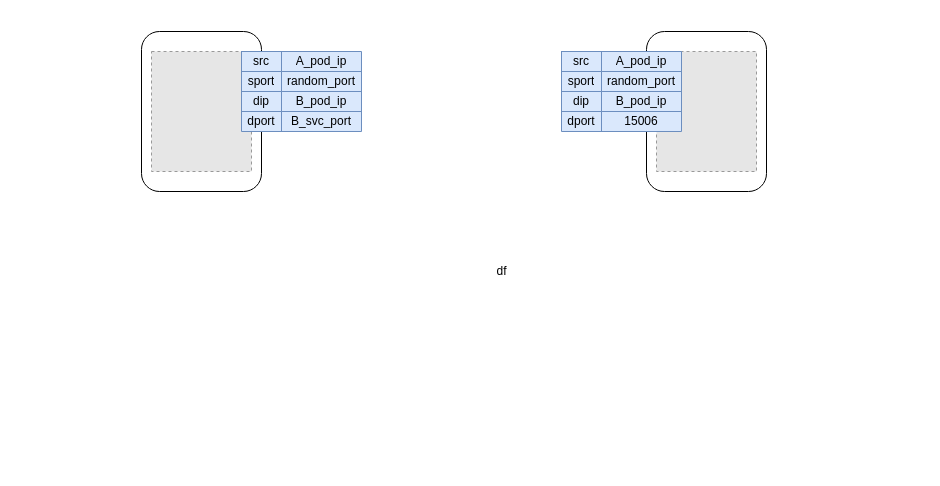
The draw.io diagram Envoy_to_envoy_accelerat.drawio in xu1zhou/Documents, before the edit. Source tidied: cells renumbered, new cells numbered last; positions are measured from the earlier drawing's top-left corner, leaving out a move shared by most shapes. Both pictures are drawn from the tidied source at 100%, with x=0, y=0 at pixel (141, 31). Pictures stored in the file or linked from it are replaced by grey dashed boxes.
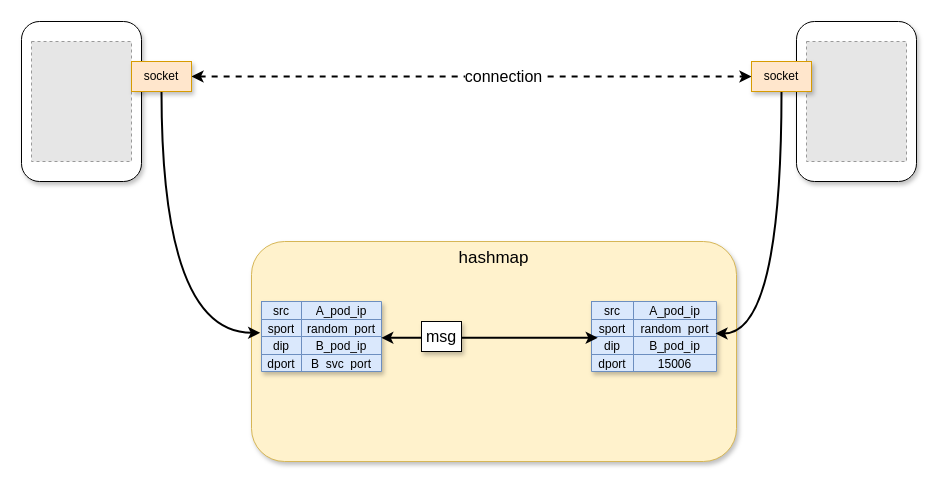
The same diagram, later.

What changed in the source:
```diff
@@
-    <mxCell id="2" style="rounded=1;whiteSpace=wrap;html=1;" parent="1" vertex="1">
-      <mxGeometry width="120" height="160" as="geometry" />
+    <mxCell id="2" style="rounded=1;whiteSpace=wrap;html=1;shadow=1;" parent="1" vertex="1">
+      <mxGeometry x="-120" y="-10" width="120" height="160" as="geometry" />
     </mxCell>
     <mxCell id="3" style="fillColor=#E6E6E6;strokeColor=#999999;dashed=1;verticalLabelPosition=bottom;labelBackgroundColor=#ffffff;verticalAlign=top;" parent="1" vertex="1">
-      <mxGeometry x="10" y="20" width="100" height="120" as="geometry" />
+      <mxGeometry x="-110" y="10" width="100" height="120" as="geometry" />
     </mxCell>
-    <mxCell id="4" style="rounded=1;whiteSpace=wrap;html=1;" parent="1" vertex="1">
-      <mxGeometry x="505" width="120" height="160" as="geometry" />
+    <mxCell id="4" style="rounded=1;whiteSpace=wrap;html=1;shadow=1;" parent="1" vertex="1">
+      <mxGeometry x="655" y="-10" width="120" height="160" as="geometry" />
     </mxCell>
     <mxCell id="5" style="fillColor=#E6E6E6;strokeColor=#999999;dashed=1;verticalLabelPosition=bottom;labelBackgroundColor=#ffffff;verticalAlign=top;" parent="1" vertex="1">
-      <mxGeometry x="515" y="20" width="100" height="120" as="geometry" />
+      <mxGeometry x="665" y="10" width="100" height="120" as="geometry" />
     </mxCell>
+    <mxCell id="33" value="&lt;font style=&quot;font-size: 17px&quot;&gt;hashmap&lt;/font&gt;" style="rounded=1;whiteSpace=wrap;html=1;align=center;shadow=1;verticalAlign=top;fillColor=#fff2cc;strokeColor=#d6b656;" parent="1" vertex="1">
+      <mxGeometry x="110" y="210" width="485" height="220" as="geometry" />
+    </mxCell>
-    <mxCell id="6" style="shape=table;html=1;whiteSpace=wrap;startSize=0;childLayout=tableLayout;fillColor=#dae8fc;strokeColor=#6c8ebf;" parent="1" vertex="1">
-      <mxGeometry x="100" y="20" width="120" height="80" as="geometry" />
+    <mxCell id="6" style="shape=table;html=1;whiteSpace=wrap;startSize=0;childLayout=tableLayout;fillColor=#dae8fc;strokeColor=#6c8ebf;shadow=1;" parent="1" vertex="1">
+      <mxGeometry x="120" y="270" width="120" height="70" as="geometry" />
     </mxCell>
     <mxCell id="7" style="shape=partialRectangle;html=1;whiteSpace=wrap;fillColor=none;top=0;left=0;bottom=0;right=0;" parent="6" vertex="1">
-      <mxGeometry width="120" height="20" as="geometry" />
+      <mxGeometry width="120" height="18" as="geometry" />
     </mxCell>
     <mxCell id="8" value="src" style="shape=partialRectangle;html=1;whiteSpace=wrap;overflow=hidden;fillColor=none;top=0;left=0;bottom=0;right=0;align=center;" parent="7" vertex="1">
-      <mxGeometry width="40" height="20" as="geometry" />
+      <mxGeometry width="40" height="18" as="geometry" />
     </mxCell>
     <mxCell id="9" value="A_pod_ip" style="shape=partialRectangle;html=1;whiteSpace=wrap;overflow=hidden;fillColor=none;top=0;left=0;bottom=0;right=0;" parent="7" vertex="1">
-      <mxGeometry x="40" width="80" height="20" as="geometry" />
+      <mxGeometry x="40" width="80" height="18" as="geometry" />
     </mxCell>
     <mxCell id="10" style="shape=partialRectangle;html=1;whiteSpace=wrap;fillColor=none;top=0;left=0;bottom=0;right=0;" parent="6" vertex="1">
-      <mxGeometry y="20" width="120" height="20" as="geometry" />
+      <mxGeometry y="18" width="120" height="17" as="geometry" />
     </mxCell>
     <mxCell id="11" value="sport" style="shape=partialRectangle;html=1;whiteSpace=wrap;overflow=hidden;fillColor=none;top=0;left=0;bottom=0;right=0;align=center;" parent="10" vertex="1">
-      <mxGeometry width="40" height="20" as="geometry" />
+      <mxGeometry width="40" height="17" as="geometry" />
     </mxCell>
     <mxCell id="12" value="random_port" style="shape=partialRectangle;html=1;whiteSpace=wrap;overflow=hidden;fillColor=none;top=0;left=0;bottom=0;right=0;" parent="10" vertex="1">
-      <mxGeometry x="40" width="80" height="20" as="geometry" />
+      <mxGeometry x="40" width="80" height="17" as="geometry" />
     </mxCell>
     <mxCell id="13" style="shape=partialRectangle;html=1;whiteSpace=wrap;fillColor=none;top=0;left=0;bottom=0;right=0;points=[[0,0.5],[1,0.5]];portConstraint=eastwest;" parent="6" vertex="1">
-      <mxGeometry y="40" width="120" height="20" as="geometry" />
+      <mxGeometry y="35" width="120" height="18" as="geometry" />
     </mxCell>
     <mxCell id="14" value="dip" style="shape=partialRectangle;html=1;whiteSpace=wrap;overflow=hidden;fillColor=none;top=0;left=0;bottom=0;right=0;align=center;" parent="13" vertex="1">
-      <mxGeometry width="40" height="20" as="geometry" />
+      <mxGeometry width="40" height="18" as="geometry" />
     </mxCell>
     <mxCell id="15" value="B_pod_ip" style="shape=partialRectangle;html=1;whiteSpace=wrap;overflow=hidden;fillColor=none;top=0;left=0;bottom=0;right=0;" parent="13" vertex="1">
-      <mxGeometry x="40" width="80" height="20" as="geometry" />
+      <mxGeometry x="40" width="80" height="18" as="geometry" />
     </mxCell>
     <mxCell id="16" style="shape=partialRectangle;html=1;whiteSpace=wrap;fillColor=none;top=0;left=0;bottom=0;right=0;" parent="6" vertex="1">
-      <mxGeometry y="60" width="120" height="20" as="geometry" />
+      <mxGeometry y="53" width="120" height="17" as="geometry" />
     </mxCell>
     <mxCell id="17" value="dport" style="shape=partialRectangle;html=1;whiteSpace=wrap;overflow=hidden;fillColor=none;top=0;left=0;bottom=0;right=0;align=center;" parent="16" vertex="1">
-      <mxGeometry width="40" height="20" as="geometry" />
+      <mxGeometry width="40" height="17" as="geometry" />
     </mxCell>
     <mxCell id="18" value="B_svc_port" style="shape=partialRectangle;html=1;whiteSpace=wrap;overflow=hidden;fillColor=none;top=0;left=0;bottom=0;right=0;" parent="16" vertex="1">
-      <mxGeometry x="40" width="80" height="20" as="geometry" />
+      <mxGeometry x="40" width="80" height="17" as="geometry" />
     </mxCell>
-    <mxCell id="19" value="df" style="text;html=1;align=center;verticalAlign=middle;" parent="1" vertex="1">
-      <mxGeometry x="345" y="230" width="30" height="20" as="geometry" />
-    </mxCell>
-    <mxCell id="20" style="shape=table;html=1;whiteSpace=wrap;startSize=0;childLayout=tableLayout;fillColor=#dae8fc;strokeColor=#6c8ebf;" parent="1" vertex="1">
-      <mxGeometry x="420" y="20" width="120" height="80" as="geometry" />
+    <mxCell id="20" style="shape=table;html=1;whiteSpace=wrap;startSize=0;childLayout=tableLayout;fillColor=#dae8fc;strokeColor=#6c8ebf;shadow=1;" parent="1" vertex="1">
+      <mxGeometry x="450" y="270" width="125" height="70" as="geometry" />
     </mxCell>
     <mxCell id="21" style="shape=partialRectangle;html=1;whiteSpace=wrap;fillColor=none;top=0;left=0;bottom=0;right=0;" parent="20" vertex="1">
-      <mxGeometry width="120" height="20" as="geometry" />
+      <mxGeometry width="125" height="18" as="geometry" />
     </mxCell>
     <mxCell id="22" value="src" style="shape=partialRectangle;html=1;whiteSpace=wrap;overflow=hidden;fillColor=none;top=0;left=0;bottom=0;right=0;align=center;" parent="21" vertex="1">
-      <mxGeometry width="40" height="20" as="geometry" />
+      <mxGeometry width="42" height="18" as="geometry" />
     </mxCell>
     <mxCell id="23" value="A_pod_ip" style="shape=partialRectangle;html=1;whiteSpace=wrap;overflow=hidden;fillColor=none;top=0;left=0;bottom=0;right=0;" parent="21" vertex="1">
-      <mxGeometry x="40" width="80" height="20" as="geometry" />
+      <mxGeometry x="42" width="83" height="18" as="geometry" />
     </mxCell>
     <mxCell id="24" style="shape=partialRectangle;html=1;whiteSpace=wrap;fillColor=none;top=0;left=0;bottom=0;right=0;" parent="20" vertex="1">
-      <mxGeometry y="20" width="120" height="20" as="geometry" />
+      <mxGeometry y="18" width="125" height="17" as="geometry" />
     </mxCell>
     <mxCell id="25" value="sport" style="shape=partialRectangle;html=1;whiteSpace=wrap;overflow=hidden;fillColor=none;top=0;left=0;bottom=0;right=0;align=center;" parent="24" vertex="1">
-      <mxGeometry width="40" height="20" as="geometry" />
+      <mxGeometry width="42" height="17" as="geometry" />
     </mxCell>
     <mxCell id="26" value="random_port" style="shape=partialRectangle;html=1;whiteSpace=wrap;overflow=hidden;fillColor=none;top=0;left=0;bottom=0;right=0;" parent="24" vertex="1">
-      <mxGeometry x="40" width="80" height="20" as="geometry" />
+      <mxGeometry x="42" width="83" height="17" as="geometry" />
     </mxCell>
     <mxCell id="27" style="shape=partialRectangle;html=1;whiteSpace=wrap;fillColor=none;top=0;left=0;bottom=0;right=0;points=[[0,0.5],[1,0.5]];portConstraint=eastwest;" parent="20" vertex="1">
-      <mxGeometry y="40" width="120" height="20" as="geometry" />
+      <mxGeometry y="35" width="125" height="18" as="geometry" />
     </mxCell>
     <mxCell id="28" value="dip" style="shape=partialRectangle;html=1;whiteSpace=wrap;overflow=hidden;fillColor=none;top=0;left=0;bottom=0;right=0;align=center;" parent="27" vertex="1">
-      <mxGeometry width="40" height="20" as="geometry" />
+      <mxGeometry width="42" height="18" as="geometry" />
     </mxCell>
     <mxCell id="29" value="B_pod_ip" style="shape=partialRectangle;html=1;whiteSpace=wrap;overflow=hidden;fillColor=none;top=0;left=0;bottom=0;right=0;" parent="27" vertex="1">
-      <mxGeometry x="40" width="80" height="20" as="geometry" />
+      <mxGeometry x="42" width="83" height="18" as="geometry" />
     </mxCell>
     <mxCell id="30" style="shape=partialRectangle;html=1;whiteSpace=wrap;fillColor=none;top=0;left=0;bottom=0;right=0;" parent="20" vertex="1">
-      <mxGeometry y="60" width="120" height="20" as="geometry" />
+      <mxGeometry y="53" width="125" height="17" as="geometry" />
     </mxCell>
     <mxCell id="31" value="dport" style="shape=partialRectangle;html=1;whiteSpace=wrap;overflow=hidden;fillColor=none;top=0;left=0;bottom=0;right=0;align=center;" parent="30" vertex="1">
-      <mxGeometry width="40" height="20" as="geometry" />
+      <mxGeometry width="42" height="17" as="geometry" />
     </mxCell>
     <mxCell id="32" value="15006" style="shape=partialRectangle;html=1;whiteSpace=wrap;overflow=hidden;fillColor=none;top=0;left=0;bottom=0;right=0;" parent="30" vertex="1">
-      <mxGeometry x="40" width="80" height="20" as="geometry" />
+      <mxGeometry x="42" width="83" height="17" as="geometry" />
     </mxCell>
+    <mxCell id="34" style="edgeStyle=orthogonalEdgeStyle;sketch=0;jettySize=auto;html=1;entryX=-0.011;entryY=-0.204;entryDx=0;entryDy=0;entryPerimeter=0;strokeWidth=2;curved=1;" parent="1" edge="1" source="37" target="13">
+      <mxGeometry relative="1" as="geometry" />
+    </mxCell>
+    <mxCell id="35" style="edgeStyle=orthogonalEdgeStyle;curved=1;sketch=0;jettySize=auto;html=1;entryX=0;entryY=0.5;entryDx=0;entryDy=0;strokeWidth=2;fontSize=16;startArrow=classic;startFill=1;dashed=1;" parent="1" edge="1" source="37" target="39">
+      <mxGeometry relative="1" as="geometry" />
+    </mxCell>
+    <mxCell id="36" value="connection" style="edgeLabel;html=1;align=center;verticalAlign=middle;fontSize=16;" parent="35" vertex="1">
+      <mxGeometry x="0.11" y="1" relative="1" as="geometry" />
+    </mxCell>
+    <mxCell id="37" value="socket" style="rounded=0;whiteSpace=wrap;html=1;shadow=1;align=center;fillColor=#ffe6cc;strokeColor=#d79b00;" parent="1" vertex="1">
+      <mxGeometry x="-10" y="30" width="60" height="30" as="geometry" />
+    </mxCell>
+    <mxCell id="38" style="edgeStyle=orthogonalEdgeStyle;curved=1;sketch=0;jettySize=auto;html=1;entryX=0.992;entryY=-0.167;entryDx=0;entryDy=0;entryPerimeter=0;strokeWidth=2;" parent="1" edge="1" source="39" target="27">
+      <mxGeometry relative="1" as="geometry" />
+    </mxCell>
+    <mxCell id="39" value="socket" style="rounded=0;whiteSpace=wrap;html=1;shadow=1;align=center;fillColor=#ffe6cc;strokeColor=#d79b00;" parent="1" vertex="1">
+      <mxGeometry x="610" y="30" width="60" height="30" as="geometry" />
+    </mxCell>
+    <mxCell id="40" style="edgeStyle=orthogonalEdgeStyle;sketch=0;jettySize=auto;html=1;entryX=0.05;entryY=0.072;entryDx=0;entryDy=0;entryPerimeter=0;startArrow=classic;startFill=1;strokeWidth=2;fontSize=16;rounded=0;exitX=0.998;exitY=0.072;exitDx=0;exitDy=0;exitPerimeter=0;" parent="1" edge="1" source="13" target="27">
+      <mxGeometry relative="1" as="geometry" />
+    </mxCell>
+    <mxCell id="41" value="msg" style="rounded=0;whiteSpace=wrap;html=1;shadow=1;labelBackgroundColor=none;fontSize=16;align=center;" parent="1" vertex="1">
+      <mxGeometry x="280" y="290" width="40" height="30" as="geometry" />
+    </mxCell>
```
